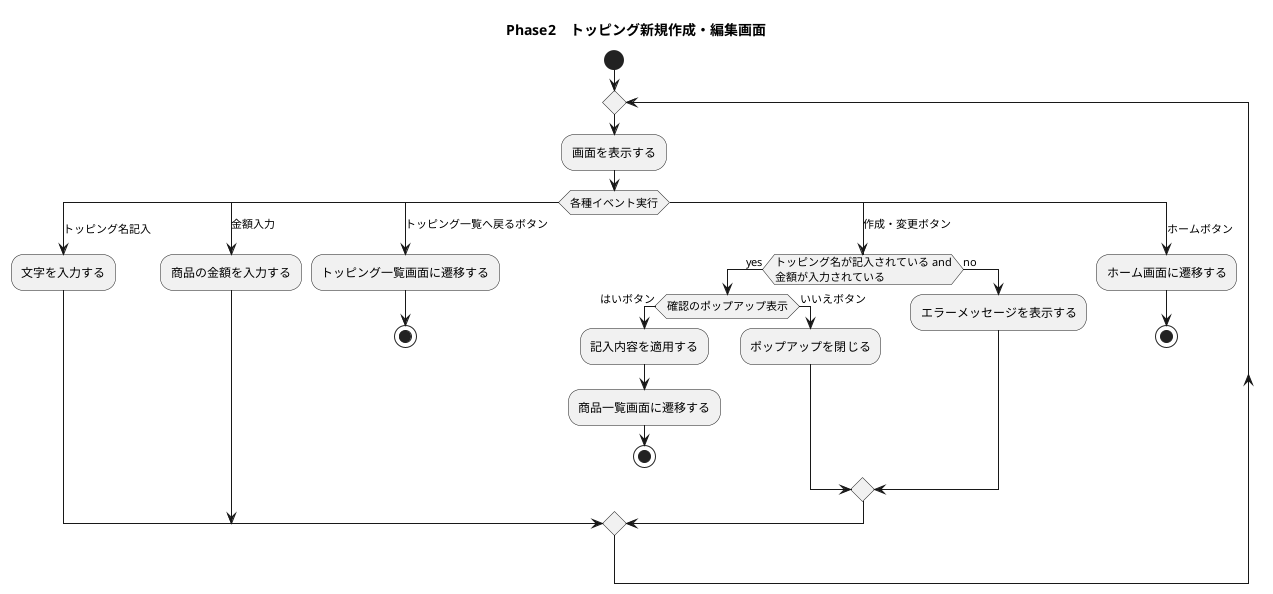
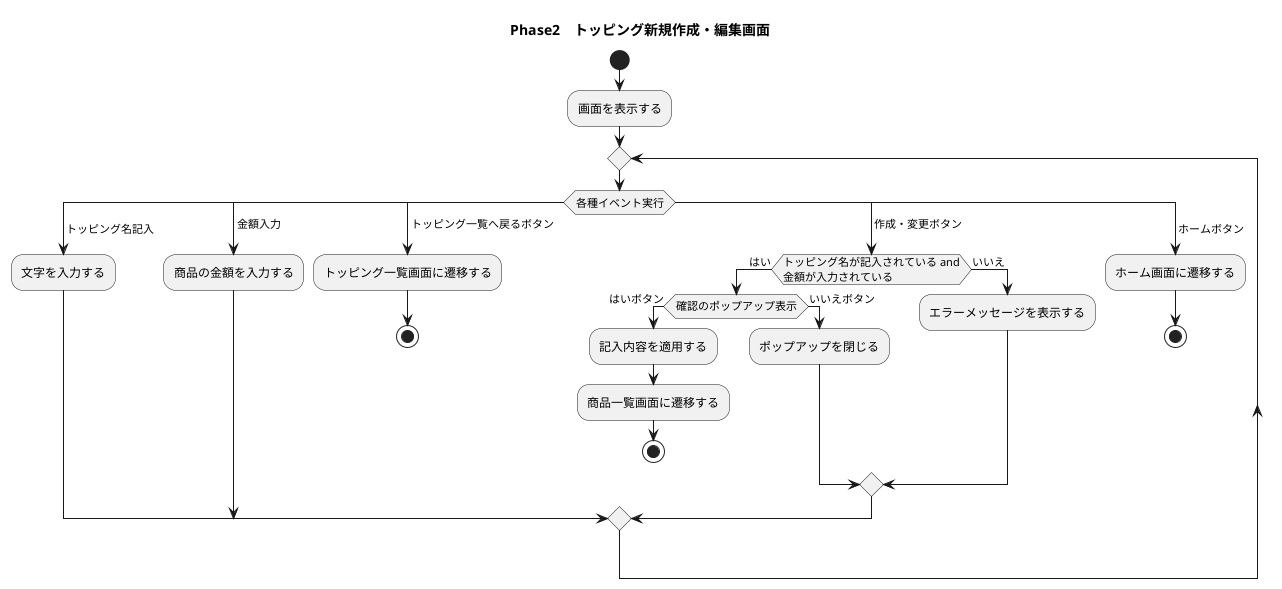
@startuml
title Phase2　トッピング新規作成・編集画面

start
+ 
+ :画面を表示する;
repeat
- :画面を表示する;

switch(各種イベント実行)

- case(トッピング名記入)
+ case( トッピング名記入)
:文字を入力する;

- case(金額入力)
+ case( 金額入力)
:商品の金額を入力する;

- case(トッピング一覧へ戻るボタン)
+ case( トッピング一覧へ戻るボタン)
:トッピング一覧画面に遷移する;
stop

- case(作成・変更ボタン)
- if (トッピング名が記入されている and\n金額が入力されている) then(yes)
+ case( 作成・変更ボタン)
+ if (トッピング名が記入されている and\n金額が入力されている) then(はい)
if(確認のポップアップ表示) then (はいボタン)
:記入内容を適用する;
:商品一覧画面に遷移する;
stop
else(いいえボタン)
:ポップアップを閉じる;
endif
- else(no)
+ else(いいえ)
:エラーメッセージを表示する;
endif

- case(ホームボタン)
+ case( ホームボタン)
:ホーム画面に遷移する;
stop
@enduml